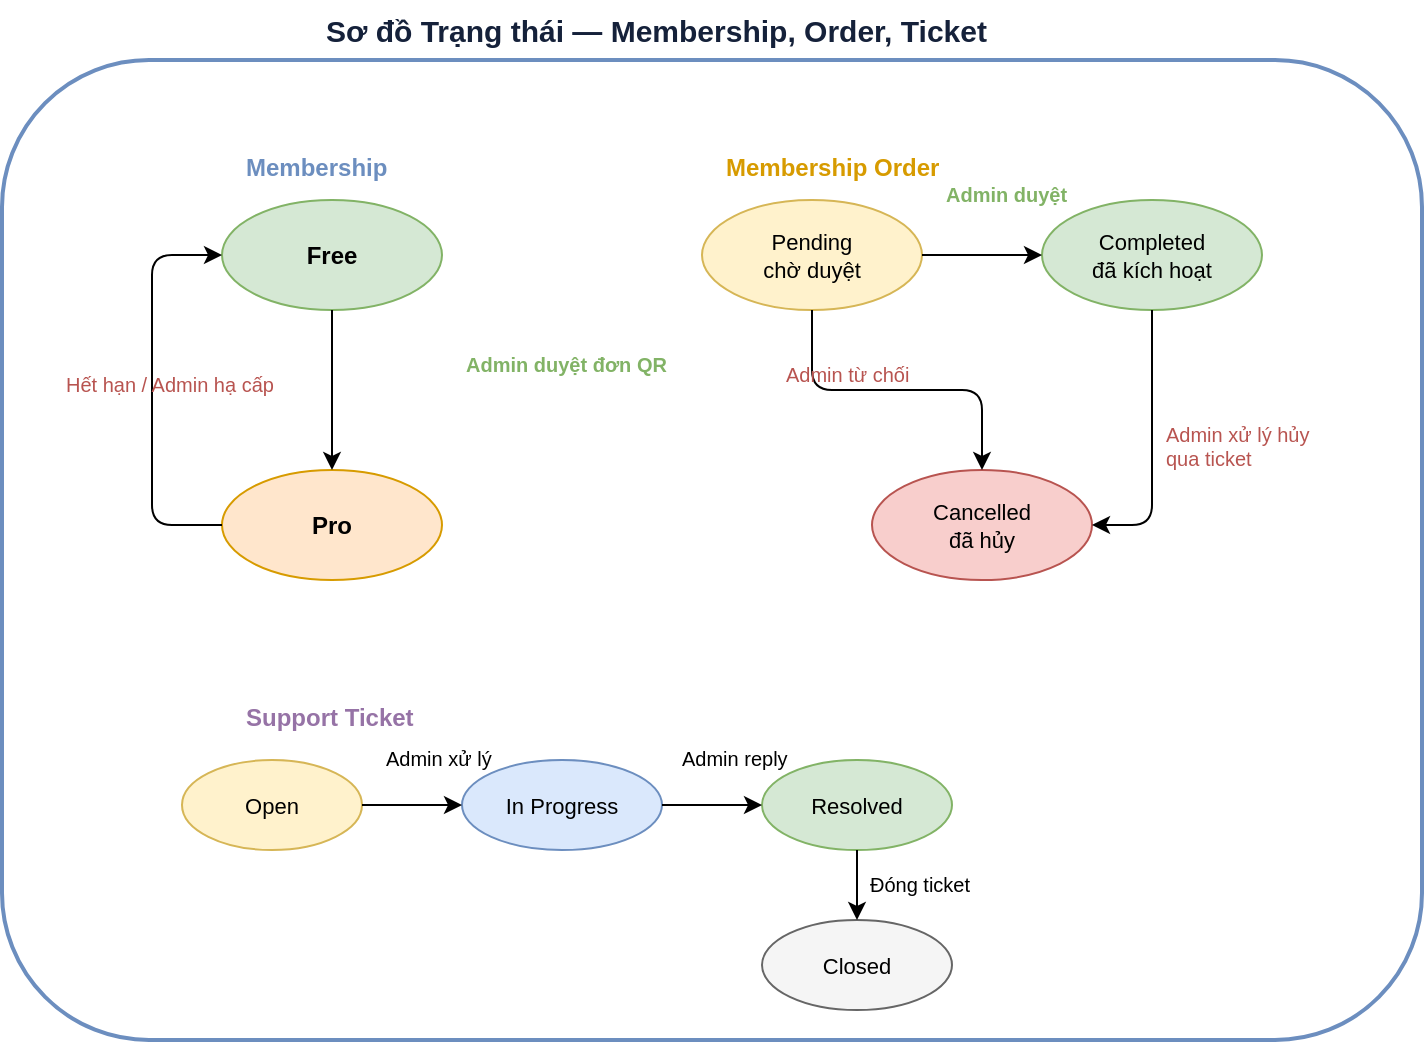
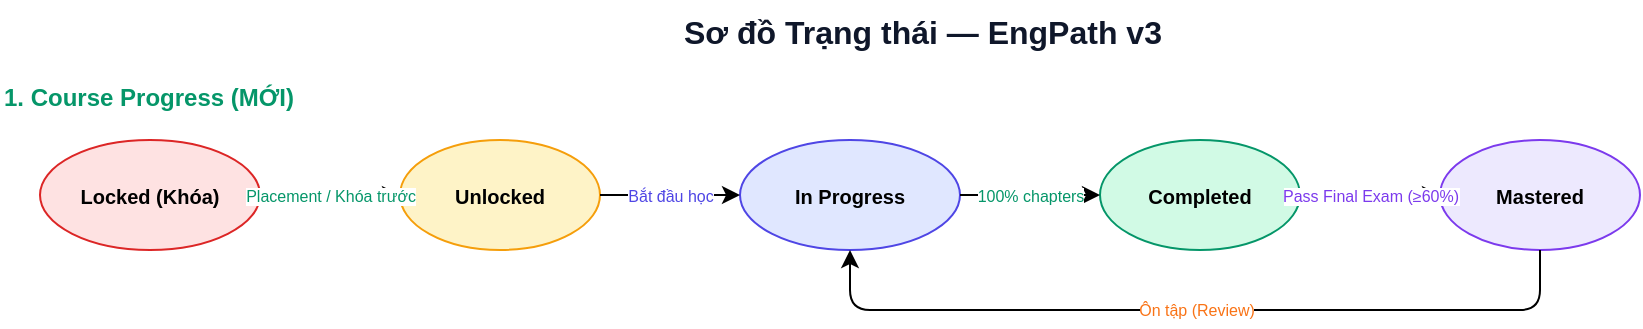
<mxfile host="Electron">
-   <diagram name="State Diagrams" id="0">
-     <mxGraphModel dx="2904" dy="1201" grid="1" gridSize="10" guides="1" tooltips="1" connect="1" arrows="1" fold="1" page="1" pageScale="1" pageWidth="850" pageHeight="1100" math="0" shadow="0">
+   <diagram name="State Diagrams v3" id="0">
+     <mxGraphModel dx="2054" dy="1400" grid="1" gridSize="10" guides="1" tooltips="1" connect="1" arrows="1" fold="1" page="1" pageScale="1" pageWidth="1100" pageHeight="850" math="0" shadow="0">
      <root>
        <mxCell id="0" />
        <mxCell id="1" parent="0" />
-         <mxCell id="title" parent="1" style="text;html=1;fontSize=15;fontStyle=1;fontColor=#15213A;" value="Sơ đồ Trạng thái — Membership, Order, Ticket" vertex="1">
-           <mxGeometry height="30" width="400" x="-200" y="100" as="geometry" />
+ 
+         <!-- TITLE -->
+         <mxCell id="title" parent="1" style="text;html=1;fontSize=16;fontStyle=1;fontColor=#0F172A;" value="Sơ đồ Trạng thái — EngPath v3" vertex="1">
+           <mxGeometry height="24" width="350" x="380" y="15" as="geometry" />
        </mxCell>
-         <mxCell id="s1_title" parent="1" style="text;html=1;fontSize=12;fontStyle=1;fontColor=#6C8EBF;" value="Membership" vertex="1">
-           <mxGeometry height="20" width="100" x="-240" y="170" as="geometry" />
+ 
+         <!-- ═══ 1. COURSE STATE MACHINE (NEW) ═══ -->
+         <mxCell id="c_title" parent="1" style="text;html=1;fontSize=12;fontStyle=1;fontColor=#059669;" value="1. Course Progress (MỚI)" vertex="1">
+           <mxGeometry height="20" width="200" x="40" y="50" as="geometry" />
        </mxCell>
-         <mxCell id="free" parent="1" style="ellipse;whiteSpace=wrap;html=1;fillColor=#D5E8D4;strokeColor=#82B366;fontSize=12;fontStyle=1;" value="Free" vertex="1">
-           <mxGeometry height="55" width="110" x="-250" y="200" as="geometry" />
+         <mxCell id="locked" parent="1" style="ellipse;whiteSpace=wrap;html=1;fillColor=#FEE2E2;strokeColor=#DC2626;fontSize=10;fontStyle=1;" value="Locked (Khóa)" vertex="1">
+           <mxGeometry height="55" width="110" x="60" y="85" as="geometry" />
        </mxCell>
-         <mxCell id="pro" parent="1" style="ellipse;whiteSpace=wrap;html=1;fillColor=#FFE6CC;strokeColor=#D79B00;fontSize=12;fontStyle=1;" value="Pro" vertex="1">
-           <mxGeometry height="55" width="110" x="-250" y="335" as="geometry" />
+         <mxCell id="unlocked" parent="1" style="ellipse;whiteSpace=wrap;html=1;fillColor=#FEF3C7;strokeColor=#F59E0B;fontSize=10;fontStyle=1;" value="Unlocked" vertex="1">
+           <mxGeometry height="55" width="100" x="240" y="85" as="geometry" />
        </mxCell>
-         <mxCell id="s1_a1" edge="1" parent="1" source="free" style="edgeStyle=orthogonalEdgeStyle;rounded=1;html=1;exitX=0.5;exitY=1;entryX=0.5;entryY=0;fontSize=10;fontStyle=1;exitDx=0;exitDy=0;entryDx=0;entryDy=0;" target="pro" value="">
+         <mxCell id="in_progress" parent="1" style="ellipse;whiteSpace=wrap;html=1;fillColor=#E0E7FF;strokeColor=#4F46E5;fontSize=10;fontStyle=1;" value="In Progress" vertex="1">
+           <mxGeometry height="55" width="110" x="410" y="85" as="geometry" />
+         </mxCell>
+         <mxCell id="completed" parent="1" style="ellipse;whiteSpace=wrap;html=1;fillColor=#D1FAE5;strokeColor=#059669;fontSize=10;fontStyle=1;" value="Completed" vertex="1">
+           <mxGeometry height="55" width="100" x="590" y="85" as="geometry" />
+         </mxCell>
+         <mxCell id="mastered" parent="1" style="ellipse;whiteSpace=wrap;html=1;fillColor=#EDE9FE;strokeColor=#7C3AED;fontSize=10;fontStyle=1;" value="Mastered" vertex="1">
+           <mxGeometry height="55" width="100" x="760" y="85" as="geometry" />
+         </mxCell>
+         <mxCell id="e_l_u" edge="1" parent="1" source="locked" target="unlocked" style="rounded=1;html=1;fontSize=8;fontColor=#059669;" value="Placement / Khóa trước">
          <mxGeometry relative="1" as="geometry" />
        </mxCell>
-         <mxCell id="s1_a1_label" parent="1" style="text;html=1;fontSize=10;fontStyle=1;fontColor=#82B366;" value="Admin duyệt đơn QR" vertex="1">
-           <mxGeometry height="18" width="140" x="-130" y="270" as="geometry" />
+         <mxCell id="e_u_ip" edge="1" parent="1" source="unlocked" target="in_progress" style="rounded=1;html=1;fontSize=8;fontColor=#4F46E5;" value="Bắt đầu học">
+           <mxGeometry relative="1" as="geometry" />
        </mxCell>
-         <mxCell id="s1_a2" edge="1" parent="1" source="pro" style="edgeStyle=orthogonalEdgeStyle;rounded=1;html=1;exitX=0;exitY=0.5;entryX=0;entryY=0.5;fontSize=10;exitDx=0;exitDy=0;entryDx=0;entryDy=0;" target="free" value="">
+         <mxCell id="e_ip_c" edge="1" parent="1" source="in_progress" target="completed" style="rounded=1;html=1;fontSize=8;fontColor=#059669;" value="100% chapters">
+           <mxGeometry relative="1" as="geometry" />
+         </mxCell>
+         <mxCell id="e_c_m" edge="1" parent="1" source="completed" target="mastered" style="rounded=1;html=1;fontSize=8;fontColor=#7C3AED;" value="Pass Final Exam (≥60%)">
+           <mxGeometry relative="1" as="geometry" />
+         </mxCell>
+         <mxCell id="e_m_ip" edge="1" parent="1" source="mastered" target="in_progress" style="rounded=1;html=1;fontSize=8;fontColor=#F97316;exitX=0.5;exitY=1;entryX=0.5;entryY=1;exitDx=0;exitDy=18;entryDx=0;entryDy=18;" value="Ôn tập (Review)">
          <mxGeometry relative="1" as="geometry">
-             <Array as="points">
-               <mxPoint x="-285" y="363" />
-               <mxPoint x="-285" y="227" />
-             </Array>
+             <Array as="points"><mxPoint x="810" y="170"/><mxPoint x="465" y="170"/></mxPoint>
          </mxGeometry>
        </mxCell>
-         <mxCell id="s1_a2_label" parent="1" style="text;html=1;fontSize=10;fontColor=#B85450;" value="Hết hạn / Admin hạ cấp" vertex="1">
-           <mxGeometry height="35" width="80" x="-330" y="280" as="geometry" />
+ 
+         <!-- ═══ 2. MEMBERSHIP ═══ -->
+         <mxCell id="m_title" parent="1" style="text;html=1;fontSize=12;fontStyle=1;fontColor=#F97316;" value="2. Membership" vertex="1">
+           <mxGeometry height="20" width="200" x="40" y="220" as="geometry" />
        </mxCell>
-         <mxCell id="s2_title" parent="1" style="text;html=1;fontSize=12;fontStyle=1;fontColor=#D79B00;" value="Membership Order" vertex="1">
-           <mxGeometry height="20" width="150" y="170" as="geometry" />
+         <mxCell id="free" parent="1" style="ellipse;whiteSpace=wrap;html=1;fillColor=#F8FAFC;strokeColor=#94A3B8;fontSize=10;fontStyle=1;" value="Free" vertex="1">
+           <mxGeometry height="55" width="90" x="60" y="250" as="geometry" />
        </mxCell>
-         <mxCell id="pending" parent="1" style="ellipse;whiteSpace=wrap;html=1;fillColor=#FFF2CC;strokeColor=#D6B656;fontSize=11;" value="Pending&#xa;chờ duyệt" vertex="1">
-           <mxGeometry height="55" width="110" x="-10" y="200" as="geometry" />
+         <mxCell id="pro" parent="1" style="ellipse;whiteSpace=wrap;html=1;fillColor=#FFEDD5;strokeColor=#F97316;fontSize=10;fontStyle=1;" value="Pro" vertex="1">
+           <mxGeometry height="55" width="90" x="250" y="250" as="geometry" />
        </mxCell>
-         <mxCell id="completed" parent="1" style="ellipse;whiteSpace=wrap;html=1;fillColor=#D5E8D4;strokeColor=#82B366;fontSize=11;" value="Completed&#xa;đã kích hoạt" vertex="1">
-           <mxGeometry height="55" width="110" x="160" y="200" as="geometry" />
-         </mxCell>
-         <mxCell id="cancelled" parent="1" style="ellipse;whiteSpace=wrap;html=1;fillColor=#F8CECC;strokeColor=#B85450;fontSize=11;" value="Cancelled&#xa;đã hủy" vertex="1">
-           <mxGeometry height="55" width="110" x="75" y="335" as="geometry" />
-         </mxCell>
-         <mxCell id="s2_a1" edge="1" parent="1" source="pending" style="edgeStyle=orthogonalEdgeStyle;rounded=1;html=1;exitX=1;exitY=0.5;entryX=0;entryY=0.5;fontSize=10;" target="completed" value="">
+         <mxCell id="e_f_p" edge="1" parent="1" source="free" target="pro" style="rounded=1;html=1;fontSize=8;fontColor=#F97316;" value="Admin duyệt đơn">
          <mxGeometry relative="1" as="geometry" />
        </mxCell>
-         <mxCell id="s2_a1_label" parent="1" style="text;html=1;fontSize=10;fontColor=#82B366;fontStyle=1;" value="Admin duyệt" vertex="1">
-           <mxGeometry height="18" width="80" x="110" y="185" as="geometry" />
+         <mxCell id="e_p_f" edge="1" parent="1" source="pro" target="free" style="rounded=1;html=1;fontSize=8;fontColor=#DC2626;exitX=0.5;exitY=1;entryX=0.5;entryY=1;exitDx=0;exitDy=18;entryDx=0;entryDy=18;" value="Hết hạn">
+           <mxGeometry relative="1" as="geometry">
+             <Array as="points"><mxPoint x="295" y="335"/><mxPoint x="105" y="335"/></mxPoint>
+           </mxGeometry>
        </mxCell>
-         <mxCell id="s2_a2" edge="1" parent="1" source="pending" style="edgeStyle=orthogonalEdgeStyle;rounded=1;html=1;exitX=0.5;exitY=1;entryX=0.5;entryY=0;fontSize=10;" target="cancelled" value="">
+ 
+         <!-- ═══ 3. ORDER ═══ -->
+         <mxCell id="o_title" parent="1" style="text;html=1;fontSize=12;fontStyle=1;fontColor=#F59E0B;" value="3. Đơn nâng cấp (Order)" vertex="1">
+           <mxGeometry height="20" width="200" x="460" y="220" as="geometry" />
+         </mxCell>
+         <mxCell id="pending" parent="1" style="ellipse;whiteSpace=wrap;html=1;fillColor=#FEF3C7;strokeColor=#F59E0B;fontSize=10;fontStyle=1;" value="Pending" vertex="1">
+           <mxGeometry height="55" width="90" x="460" y="250" as="geometry" />
+         </mxCell>
+         <mxCell id="order_done" parent="1" style="ellipse;whiteSpace=wrap;html=1;fillColor=#D1FAE5;strokeColor=#059669;fontSize=10;fontStyle=1;" value="Completed" vertex="1">
+           <mxGeometry height="55" width="90" x="620" y="250" as="geometry" />
+         </mxCell>
+         <mxCell id="cancelled" parent="1" style="ellipse;whiteSpace=wrap;html=1;fillColor=#FEE2E2;strokeColor=#DC2626;fontSize=10;fontStyle=1;" value="Cancelled" vertex="1">
+           <mxGeometry height="55" width="90" x="540" y="345" as="geometry" />
+         </mxCell>
+         <mxCell id="e_pe_co" edge="1" parent="1" source="pending" target="order_done" style="rounded=1;html=1;fontSize=8;fontColor=#059669;" value="Admin duyệt">
          <mxGeometry relative="1" as="geometry" />
        </mxCell>
-         <mxCell id="s2_a2_label" parent="1" style="text;html=1;fontSize=10;fontColor=#B85450;" value="Admin từ chối" vertex="1">
-           <mxGeometry height="18" width="90" x="30" y="275" as="geometry" />
+         <mxCell id="e_pe_ca" edge="1" parent="1" source="pending" target="cancelled" style="rounded=1;html=1;fontSize=8;fontColor=#DC2626;" value="Từ chối / Hủy">
+           <mxGeometry relative="1" as="geometry" />
        </mxCell>
-         <mxCell id="s2_a3" edge="1" parent="1" source="completed" style="edgeStyle=orthogonalEdgeStyle;rounded=1;html=1;exitX=0.5;exitY=1;entryX=1;entryY=0.5;fontSize=10;exitDx=0;exitDy=0;entryDx=0;entryDy=0;" target="cancelled" value="">
+ 
+         <!-- ═══ 4. TICKET ═══ -->
+         <mxCell id="t_title" parent="1" style="text;html=1;fontSize=12;fontStyle=1;fontColor=#4F46E5;" value="4. Ticket hỗ trợ" vertex="1">
+           <mxGeometry height="20" width="200" x="40" y="410" as="geometry" />
+         </mxCell>
+         <mxCell id="t_open" parent="1" style="ellipse;whiteSpace=wrap;html=1;fillColor=#FEE2E2;strokeColor=#DC2626;fontSize=10;fontStyle=1;" value="Open" vertex="1">
+           <mxGeometry height="45" width="80" x="40" y="440" as="geometry" />
+         </mxCell>
+         <mxCell id="t_progress" parent="1" style="ellipse;whiteSpace=wrap;html=1;fillColor=#FEF3C7;strokeColor=#F59E0B;fontSize=10;fontStyle=1;" value="In Progress" vertex="1">
+           <mxGeometry height="45" width="95" x="170" y="440" as="geometry" />
+         </mxCell>
+         <mxCell id="t_resolved" parent="1" style="ellipse;whiteSpace=wrap;html=1;fillColor=#D1FAE5;strokeColor=#059669;fontSize=10;fontStyle=1;" value="Resolved" vertex="1">
+           <mxGeometry height="45" width="90" x="315" y="440" as="geometry" />
+         </mxCell>
+         <mxCell id="t_closed" parent="1" style="ellipse;whiteSpace=wrap;html=1;fillColor=#F8FAFC;strokeColor=#94A3B8;fontSize=10;fontStyle=1;" value="Closed" vertex="1">
+           <mxGeometry height="45" width="80" x="455" y="440" as="geometry" />
+         </mxCell>
+         <mxCell id="e_to_tp" edge="1" parent="1" source="t_open" target="t_progress" style="rounded=1;html=1;fontSize=8;fontColor=#F59E0B;" value="Tiếp nhận">
+           <mxGeometry relative="1" as="geometry" />
+         </mxCell>
+         <mxCell id="e_tp_tr" edge="1" parent="1" source="t_progress" target="t_resolved" style="rounded=1;html=1;fontSize=8;fontColor=#059669;" value="Phản hồi">
+           <mxGeometry relative="1" as="geometry" />
+         </mxCell>
+         <mxCell id="e_tr_tc" edge="1" parent="1" source="t_resolved" target="t_closed" style="rounded=1;html=1;fontSize=8;fontColor=#94A3B8;" value="Đóng">
+           <mxGeometry relative="1" as="geometry" />
+         </mxCell>
+ 
+         <!-- ═══ 5. PLACEMENT TEST (NEW) ═══ -->
+         <mxCell id="p_title" parent="1" style="text;html=1;fontSize=12;fontStyle=1;fontColor=#7C3AED;" value="5. Placement Test (MỚI)" vertex="1">
+           <mxGeometry height="20" width="200" x="40" y="520" as="geometry" />
+         </mxCell>
+         <mxCell id="p_not" parent="1" style="ellipse;whiteSpace=wrap;html=1;fillColor=#F8FAFC;strokeColor=#94A3B8;fontSize=10;" value="Chưa làm test" vertex="1">
+           <mxGeometry height="50" width="115" x="40" y="550" as="geometry" />
+         </mxCell>
+         <mxCell id="p_doing" parent="1" style="ellipse;whiteSpace=wrap;html=1;fillColor=#E0E7FF;strokeColor=#4F46E5;fontSize=10;fontStyle=1;" value="Đang làm test" vertex="1">
+           <mxGeometry height="50" width="120" x="215" y="550" as="geometry" />
+         </mxCell>
+         <mxCell id="p_done" parent="1" style="ellipse;whiteSpace=wrap;html=1;fillColor=#EDE9FE;strokeColor=#7C3AED;fontSize=10;fontStyle=1;" value="Đã có kết quả" vertex="1">
+           <mxGeometry height="50" width="130" x="395" y="550" as="geometry" />
+         </mxCell>
+         <mxCell id="e_pn_pd" edge="1" parent="1" source="p_not" target="p_doing" style="rounded=1;html=1;fontSize=8;fontColor=#4F46E5;" value="Bắt đầu test">
+           <mxGeometry relative="1" as="geometry" />
+         </mxCell>
+         <mxCell id="e_pd_pe" edge="1" parent="1" source="p_doing" target="p_done" style="rounded=1;html=1;fontSize=8;fontColor=#7C3AED;" value="Kết thúc (early termination)">
+           <mxGeometry relative="1" as="geometry" />
+         </mxCell>
+         <mxCell id="e_pe_pd" edge="1" parent="1" source="p_done" target="p_doing" style="rounded=1;html=1;fontSize=8;fontColor=#F97316;exitX=0.5;exitY=1;entryX=0.5;entryY=1;exitDx=0;exitDy=18;entryDx=0;entryDy=18;" value="Làm lại">
          <mxGeometry relative="1" as="geometry">
-             <Array as="points">
-               <mxPoint x="215" y="285" />
-               <mxPoint x="215" y="363" />
-             </Array>
+             <Array as="points"><mxPoint x="460" y="635"/><mxPoint x="275" y="635"/></mxPoint>
          </mxGeometry>
        </mxCell>
-         <mxCell id="s2_a3_label" parent="1" style="text;html=1;fontSize=10;fontColor=#B85450;" value="Admin xử lý hủy&#xa;qua ticket" vertex="1">
-           <mxGeometry height="35" width="90" x="220" y="305" as="geometry" />
-         </mxCell>
-         <mxCell id="s3_title" parent="1" style="text;html=1;fontSize=12;fontStyle=1;fontColor=#9673A6;" value="Support Ticket" vertex="1">
-           <mxGeometry height="20" width="120" x="-240" y="445" as="geometry" />
-         </mxCell>
-         <mxCell id="t_open" parent="1" style="ellipse;whiteSpace=wrap;html=1;fillColor=#FFF2CC;strokeColor=#D6B656;fontSize=11;" value="Open" vertex="1">
-           <mxGeometry height="45" width="90" x="-270" y="480" as="geometry" />
-         </mxCell>
-         <mxCell id="t_progress" parent="1" style="ellipse;whiteSpace=wrap;html=1;fillColor=#DAE8FC;strokeColor=#6C8EBF;fontSize=11;" value="In Progress" vertex="1">
-           <mxGeometry height="45" width="100" x="-130" y="480" as="geometry" />
-         </mxCell>
-         <mxCell id="t_resolved" parent="1" style="ellipse;whiteSpace=wrap;html=1;fillColor=#D5E8D4;strokeColor=#82B366;fontSize=11;" value="Resolved" vertex="1">
-           <mxGeometry height="45" width="95" x="20" y="480" as="geometry" />
-         </mxCell>
-         <mxCell id="t_closed" parent="1" style="ellipse;whiteSpace=wrap;html=1;fillColor=#F5F5F5;strokeColor=#666;fontSize=11;" value="Closed" vertex="1">
-           <mxGeometry height="45" width="95" x="20" y="560" as="geometry" />
-         </mxCell>
-         <mxCell id="s3_a1" edge="1" parent="1" source="t_open" style="edgeStyle=orthogonalEdgeStyle;rounded=1;html=1;exitX=1;exitY=0.5;entryX=0;entryY=0.5;fontSize=10;" target="t_progress" value="">
-           <mxGeometry relative="1" as="geometry" />
-         </mxCell>
-         <mxCell id="s3_a1_label" parent="1" style="text;html=1;fontSize=10;" value="Admin xử lý" vertex="1">
-           <mxGeometry height="18" width="80" x="-170" y="467" as="geometry" />
-         </mxCell>
-         <mxCell id="s3_a2" edge="1" parent="1" source="t_progress" style="edgeStyle=orthogonalEdgeStyle;rounded=1;html=1;exitX=1;exitY=0.5;entryX=0;entryY=0.5;fontSize=10;" target="t_resolved" value="">
-           <mxGeometry relative="1" as="geometry" />
-         </mxCell>
-         <mxCell id="s3_a2_label" parent="1" style="text;html=1;fontSize=10;" value="Admin reply" vertex="1">
-           <mxGeometry height="18" width="80" x="-22" y="467" as="geometry" />
-         </mxCell>
-         <mxCell id="s3_a3" edge="1" parent="1" source="t_resolved" style="edgeStyle=orthogonalEdgeStyle;rounded=1;html=1;exitX=0.5;exitY=1;entryX=0.5;entryY=0;fontSize=10;" target="t_closed" value="">
-           <mxGeometry relative="1" as="geometry" />
-         </mxCell>
-         <mxCell id="s3_a3_label" parent="1" style="text;html=1;fontSize=10;" value="Đóng ticket" vertex="1">
-           <mxGeometry height="18" width="70" x="72" y="530" as="geometry" />
-         </mxCell>
-         <mxCell id="HMbMKBSothaFZDqVrlpn-1" parent="1" style="rounded=1;whiteSpace=wrap;html=1;fillColor=none;strokeColor=#6C8EBF;strokeWidth=2;fontSize=14;fontStyle=1;verticalAlign=top;" value="" vertex="1">
-           <mxGeometry height="490" width="710" x="-360" y="130" as="geometry" />
+ 
+         <mxCell id="legend" parent="1" style="text;html=1;fontSize=9;color=#475569;align=left;" value="5 State Machines: Course (MỚI), Membership, Order, Ticket, Placement Test (MỚI). Màu xanh lá = hoàn thành, đỏ = khóa/chưa làm, cam = trung gian, tím = mastered/kết quả." vertex="1">
+           <mxGeometry height="18" width="800" x="40" y="670" as="geometry" />
        </mxCell>
      </root>
    </mxGraphModel>
  </diagram>
</mxfile>
